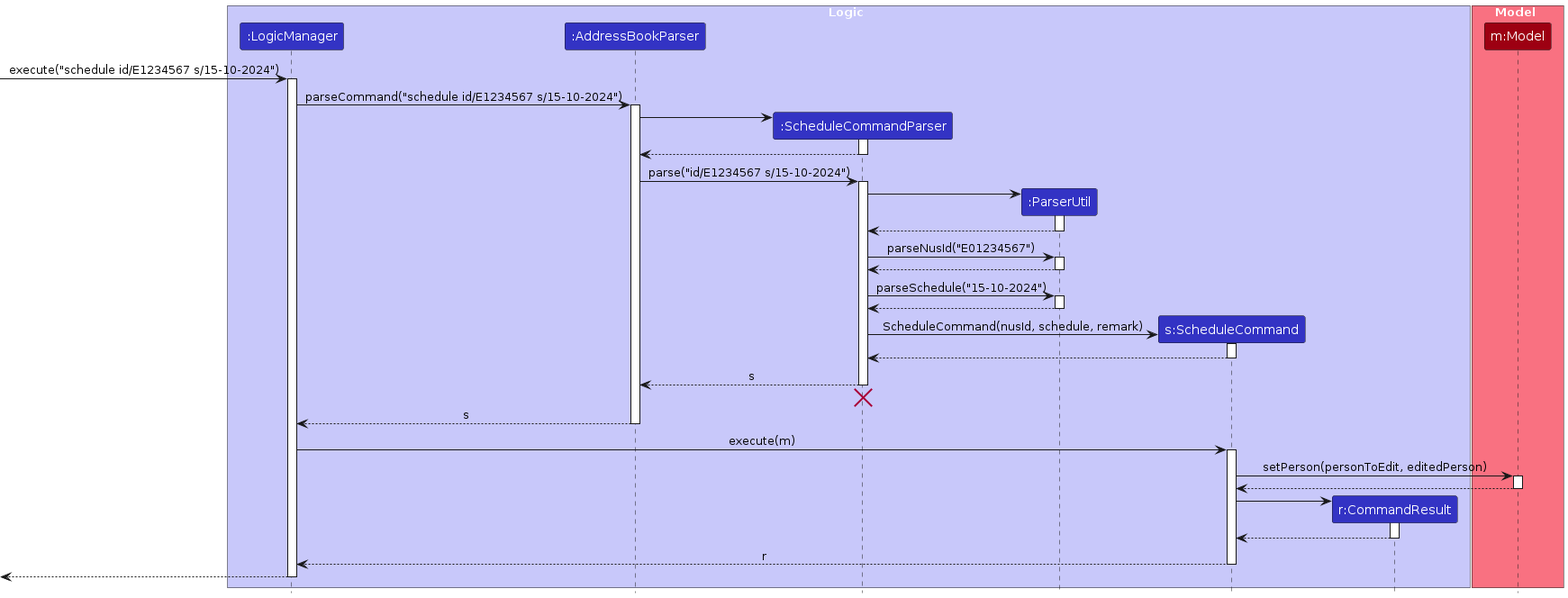
This is diagrams/ScheduleSequenceDiagram.png from Ragnapop/tp, a PlantUML export, as it was before one commit. Its source is kept beside it as diagrams/ScheduleSequenceDiagram.puml.
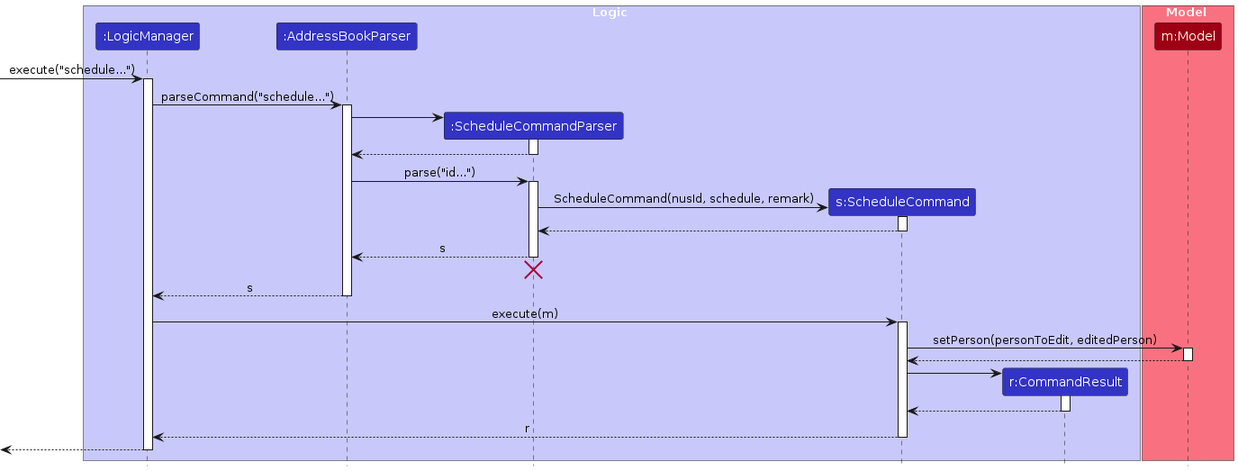
The same diagram one commit later.

Diff of the diagram source:
```diff
@@ -6,7 +6,6 @@
 participant ":LogicManager" as LogicManager LOGIC_COLOR
 participant ":AddressBookParser" as AddressBookParser LOGIC_COLOR
 participant ":ScheduleCommandParser" as ScheduleCommandParser LOGIC_COLOR
-participant ":ParserUtil" as ParserUtil LOGIC_COLOR
 participant "s:ScheduleCommand" as ScheduleCommand LOGIC_COLOR
 participant "r:CommandResult" as CommandResult LOGIC_COLOR
 end box
@@ -15,10 +14,10 @@
 participant "m:Model" as Model MODEL_COLOR
 end box
 
-[-> LogicManager : execute("schedule id/E1234567 s/15-10-2024")
+[-> LogicManager : execute("schedule...")
 activate LogicManager
 
-LogicManager -> AddressBookParser : parseCommand("schedule id/E1234567 s/15-10-2024")
+LogicManager -> AddressBookParser : parseCommand("schedule...")
 activate AddressBookParser
 
 create ScheduleCommandParser
@@ -28,25 +27,8 @@
 ScheduleCommandParser --> AddressBookParser
 deactivate ScheduleCommandParser
 
-AddressBookParser -> ScheduleCommandParser : parse("id/E1234567 s/15-10-2024")
+AddressBookParser -> ScheduleCommandParser : parse("id...")
 activate ScheduleCommandParser
-
-create ParserUtil
-ScheduleCommandParser -> ParserUtil
-
-activate ParserUtil
-ParserUtil ---> ScheduleCommandParser
-deactivate ParserUtil
-
-ScheduleCommandParser -> ParserUtil : parseNusId("E01234567")
-activate ParserUtil
-ParserUtil ---> ScheduleCommandParser
-deactivate ParserUtil
-
-ScheduleCommandParser -> ParserUtil : parseSchedule("15-10-2024")
-activate ParserUtil
-ParserUtil ---> ScheduleCommandParser
-deactivate ParserUtil
 
 create ScheduleCommand
 ScheduleCommandParser -> ScheduleCommand : ScheduleCommand(nusId, schedule, remark)
```
